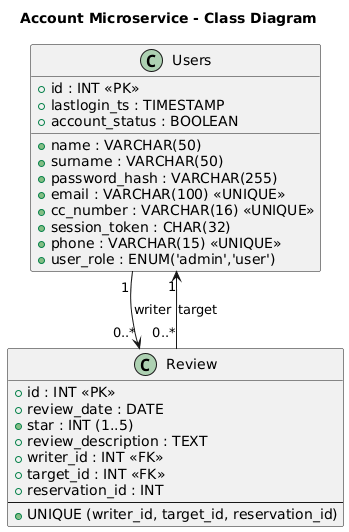
matteoventali/EzParking keeps this PlantUML diagram as booklets/architecture/databases/images/account_ms.png. Above is the earlier version. The source it was exported from:
```plantuml
@startuml
title Account Microservice - Class Diagram

class Users {
    + id : INT <<PK>>
    + name : VARCHAR(50)
    + surname : VARCHAR(50)
    + password_hash : VARCHAR(255)
    + email : VARCHAR(100) <<UNIQUE>>
    + cc_number : VARCHAR(16) <<UNIQUE>>
    + lastlogin_ts : TIMESTAMP
    + session_token : CHAR(32)
    + phone : VARCHAR(15) <<UNIQUE>>
    + user_role : ENUM('admin','user')
    + account_status : BOOLEAN
}

class Review {
    + id : INT <<PK>>
    + review_date : DATE
    + star : INT (1..5)
    + review_description : TEXT
    + writer_id : INT <<FK>>
    + target_id : INT <<FK>>
    + reservation_id : INT
    --
    + UNIQUE (writer_id, target_id, reservation_id)
}

Users "1" --> "0..*" Review : writer
Users "1" <-- "0..*" Review : target

@enduml
```
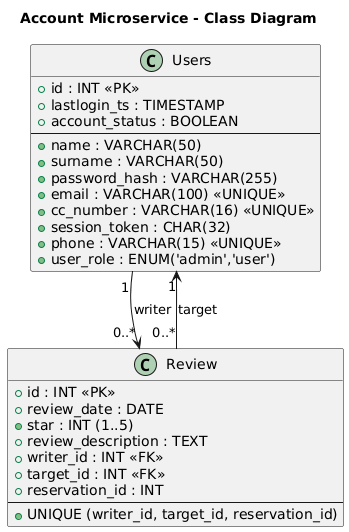
After the commit.

What changed in the source:
```diff
@@ -1,18 +1,20 @@
 @startuml
+
 title Account Microservice - Class Diagram
 
 class Users {
     + id : INT <<PK>>
+    + lastlogin_ts : TIMESTAMP
+    + account_status : BOOLEAN
+    --
     + name : VARCHAR(50)
     + surname : VARCHAR(50)
     + password_hash : VARCHAR(255)
     + email : VARCHAR(100) <<UNIQUE>>
     + cc_number : VARCHAR(16) <<UNIQUE>>
-    + lastlogin_ts : TIMESTAMP
     + session_token : CHAR(32)
     + phone : VARCHAR(15) <<UNIQUE>>
     + user_role : ENUM('admin','user')
-    + account_status : BOOLEAN
 }
 
 class Review {
@@ -27,7 +29,9 @@
     + UNIQUE (writer_id, target_id, reservation_id)
 }
 
+
 Users "1" --> "0..*" Review : writer
-Users "1" <-- "0..*" Review : target
+
+Review "0..*" --> "1" Users : target
 
 @enduml
```
